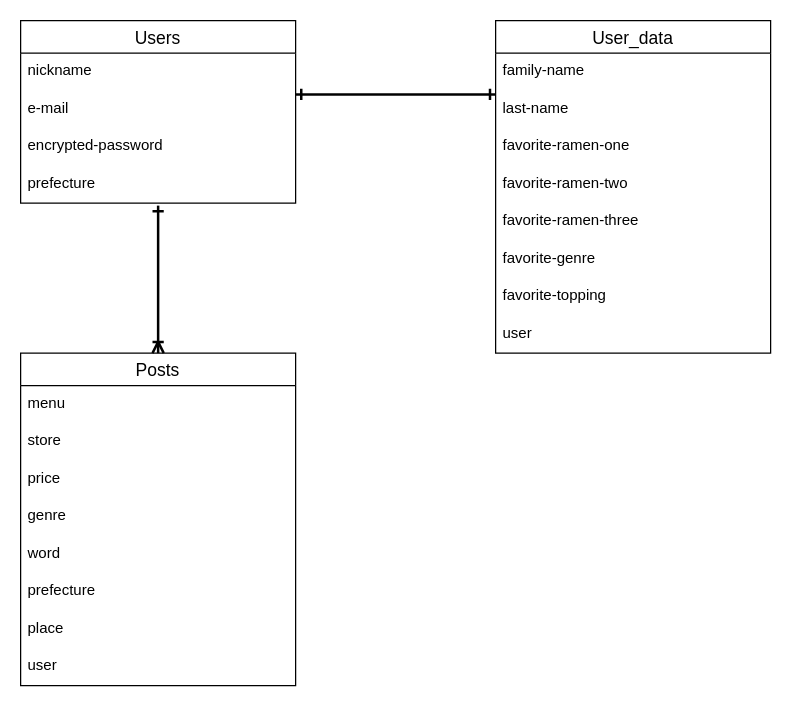
Earlier version of the draw.io diagram page "ER図" (1 of 2) of ER.dio (ALBAS23/ramen_app_01). Source tidied: cells renumbered, new cells numbered last; positions are measured from the earlier drawing's top-left corner, leaving out a move shared by most shapes. Both pictures are drawn from the tidied source at 125%, with x=0, y=0 at pixel (20, 20).
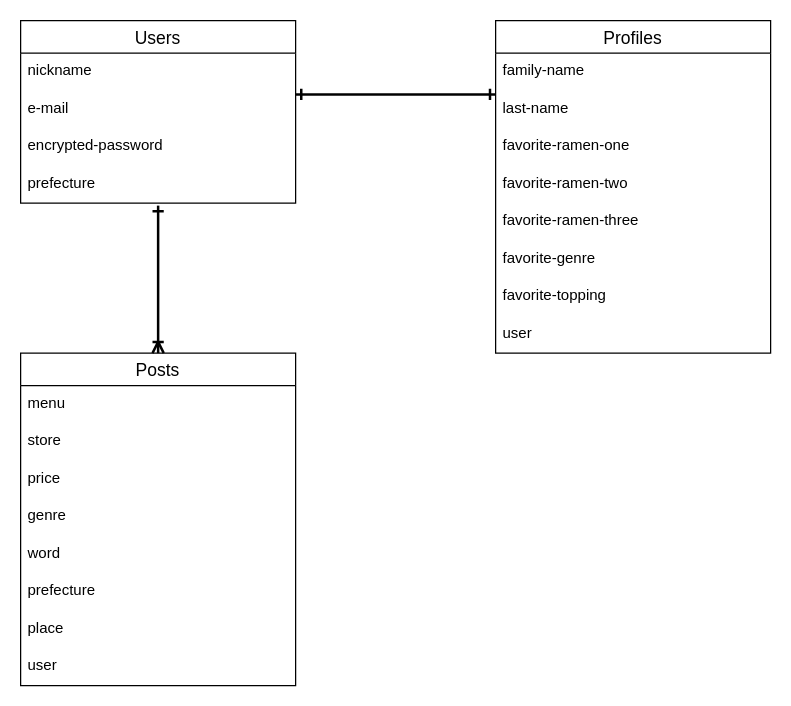
After the change.

Commit message (it also covers changes not shown here):
テーブル名修正

The edit, as a diff of the source:
```diff
@@
-    <mxCell id="7" value="User_data" style="swimlane;fontStyle=0;horizontal=1;startSize=26;align=center;fontSize=14;" parent="1" vertex="1">
+    <mxCell id="7" value="Profiles" style="swimlane;fontStyle=0;horizontal=1;startSize=26;align=center;fontSize=14;" parent="1" vertex="1">
       <mxGeometry x="380" width="220" height="266" as="geometry" />
     </mxCell>
```
